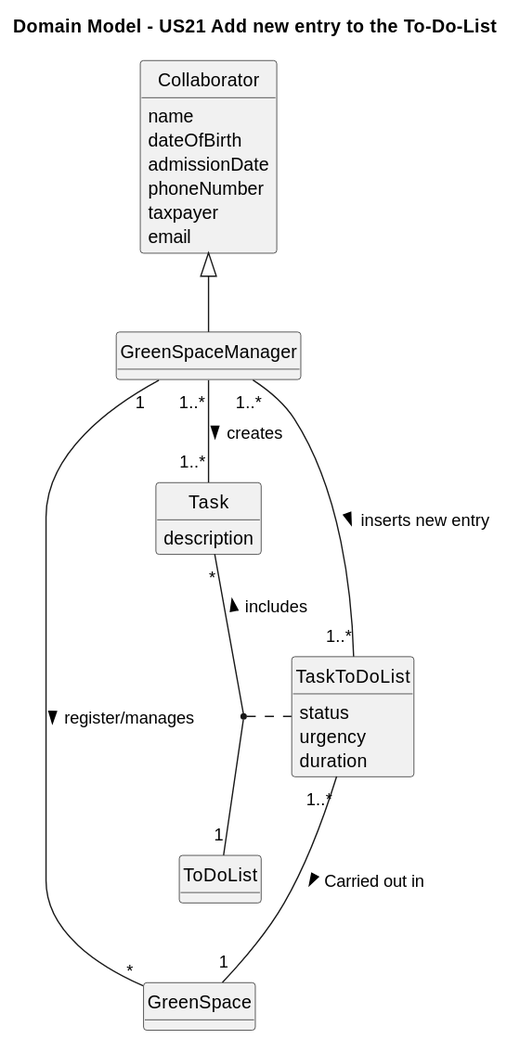
Earlier version of the PlantUML export docs/sprint3/us21/02.analysis/svg/us21-domain-model.svg (Departamento-de-Engenharia-Informatica/lei-24-s2-1db-g022).
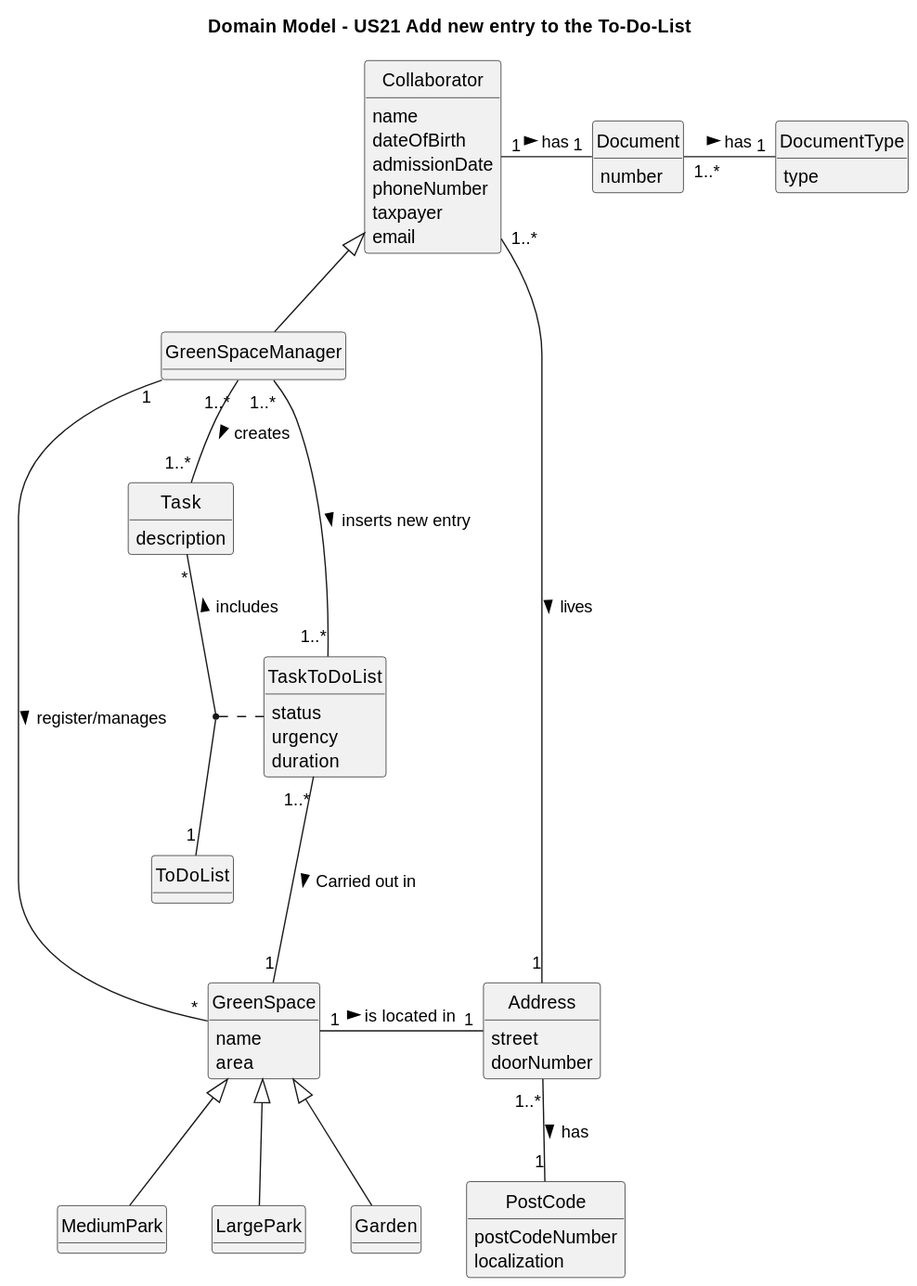
The same diagram one commit later.

Change to the diagram source:
```diff
@@ -17,6 +17,24 @@
     email
 }
 
+class Document{
+    number
+}
+
+class DocumentType{
+    type
+}
+
+class Address {
+    street
+    doorNumber
+}
+
+class PostCode{
+    postCodeNumber
+    localization
+}
+
 class GreenSpaceManager {
 }
 
@@ -33,13 +51,39 @@
     duration
 }
 
+class GreenSpace {
+    name
+    area
+}
+
+class Garden {
+}
+
+class MediumPark {
+}
+
+class LargePark {
+}
+
+Collaborator "1" - "1" Document : has >
+Collaborator "1..*" -- "1" Address : lives >
 Collaborator  <|--  GreenSpaceManager
 
 GreenSpaceManager "1..*" -- "1..*" Task : creates >
 GreenSpaceManager "1..*" - "1..*" TaskToDoList : inserts new entry >
 GreenSpaceManager "1" - "*" GreenSpace : register/manages >
 
+GreenSpace <|-- Garden
+GreenSpace <|-- MediumPark
+GreenSpace <|-- LargePark
+GreenSpace "1" - "1" Address : is located in >
+
+Address "1..*" -- "1" PostCode : has >
+
+Document "1..*" - "1" DocumentType : has >
+
 Task "*" -- "1" ToDoList : includes <
 (Task,ToDoList) .. TaskToDoList
+
 TaskToDoList "1..*" --- "1" GreenSpace :  Carried out in  >
 @enduml
```
